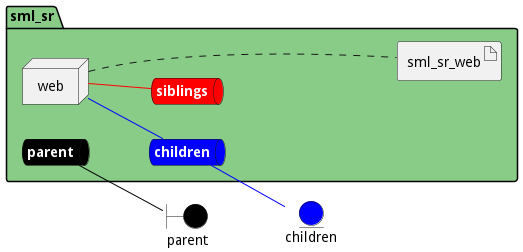
Before: docs/edgemere/sml/sr/envs/dev/deployment.png, a diagram exported from PlantUML (madajaju/edgemere).
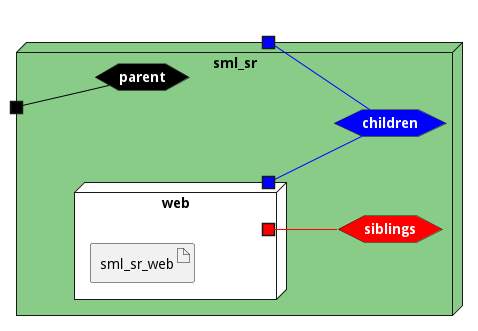
After the commit.

What changed in the source:
```diff
@@ -3,43 +3,45 @@
 left to right direction
 
 
-boundary parent #black
-
-
-entity children #blue
 
 
 
 
-package "sml_sr" #88cc88 {
-    queue parentnet #black [
+
+node "sml_sr" #88cc88 {
+
+
+    hexagon parentnet #black [
             <b><color:white>parent</color></b>
     ]
 
-    parentnet -[#black]- parent
+    portin " " as parentnetPortIn #black
+    parentnetPortIn -[#black]- parentnet
 
-    queue childrennet #blue [
+    hexagon childrennet #blue [
             <b><color:white>children</color></b>
     ]
 
-    childrennet -[#blue]- children
+    portout " " as childrennetPortOut #blue
+    childrennet -[#blue]- childrennetPortOut
 
-    queue siblingsnet #red [
+    hexagon siblingsnet #red [
             <b><color:white>siblings</color></b>
     ]
 
 
-node "web" as webService
+node "web" as webService #white {
+    portOut " " as webServicechildrennet #blue
+   webServicechildrennet -[#blue]- childrennet
+       portOut " " as webServicesiblingsnet #red
+   webServicesiblingsnet -[#red]- siblingsnet
 
 
-        artifact "sml_sr_web" as sml_sr_webimage
+    artifact "sml_sr_web" as sml_sr_webimage
 
 }
 
-webService -[#blue]- childrennet
-
-webService -[#red]- siblingsnet
-webService .... sml_sr_webimage
+}
 
 
 @enduml
```
